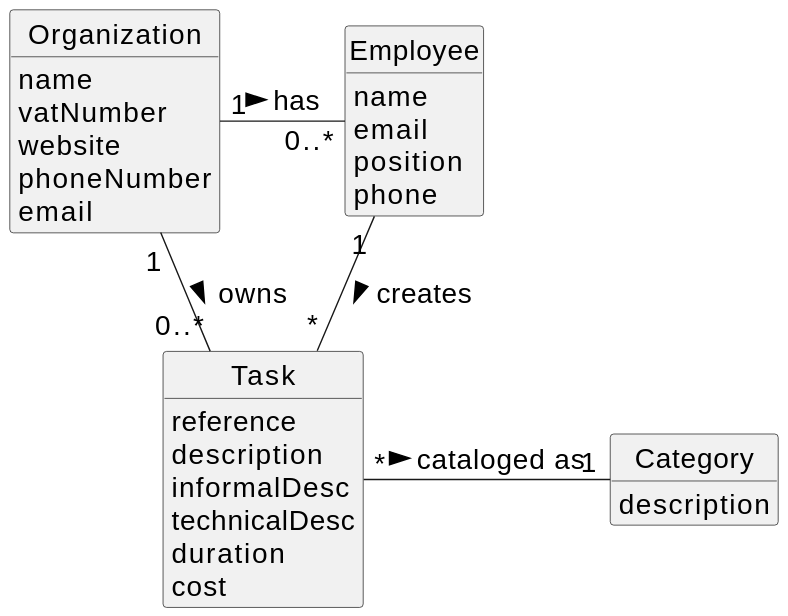
The PlantUML diagram docs/sprintA/us004/02.analysis/svg/us004-domain-model.svg in Mendoncaa/LAPR2, before a commit.
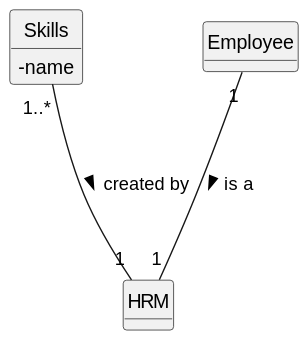
After the change.

Change to the diagram source:
```diff
@@ -1,5 +1,4 @@
 @startuml
-skinparamlocked defaultFontSize 20
 skinparam monochrome true
 skinparam packageStyle rectangle
 skinparam shadowing false
@@ -10,39 +9,14 @@
 hide circle
 hide methods
 
-
-
-class Organization {
-    name
-    vatNumber
-    website
-    phoneNumber
-    email
+class HRM {
 }
 
-class Task {
-    reference
-    description
-    informalDesc
-    technicalDesc
-    duration
-    cost
-}
-
-class Category {
-    description
-}
-
-class Employee {
-    name
-    email
-    position
-    phone
+class Skills {
+  - name
 }
 
 
-Organization "1" - "0..*" Employee : has >
-Organization "1" - "0..*" Task: owns >
-Employee "1" -- "*" Task : creates >
-Task "*" - "1" Category: cataloged as >
+Skills "1..*"---"1" HRM : created by >
+Employee "1"---"1" HRM : is a >
 @enduml
```
